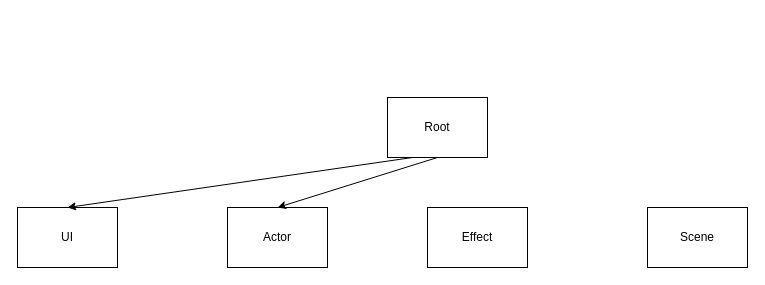
Earlier version of the draw.io diagram bundle.drawio (houxuanfelix/MySelfCode). Source tidied: cells renumbered, new cells numbered last; positions are measured from the earlier drawing's top-left corner, leaving out a move shared by most shapes. Both pictures are drawn from the tidied source at 100%, with x=0, y=0 at pixel (17, 97).
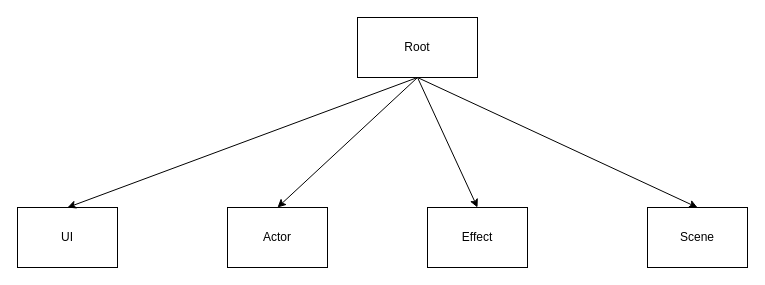
The same page after the edit.

Change to the diagram source:
```diff
@@
 <mxGraphModel>
   <root>
     <mxCell id="0" />
     <mxCell id="1" parent="0" />
     <mxCell id="2" value="UI" style="whiteSpace=wrap;html=1;align=center;verticalAlign=middle;" parent="1" vertex="1">
       <mxGeometry y="110" width="100" height="60" as="geometry" />
     </mxCell>
     <mxCell id="3" value="Effect" style="whiteSpace=wrap;html=1;align=center;verticalAlign=middle;" parent="1" vertex="1">
       <mxGeometry x="410" y="110" width="100" height="60" as="geometry" />
     </mxCell>
     <mxCell id="4" value="Root" style="whiteSpace=wrap;html=1;align=center;verticalAlign=middle;" parent="1" vertex="1">
-      <mxGeometry x="370" width="100" height="60" as="geometry" />
+      <mxGeometry x="340" y="-80" width="120" height="60" as="geometry" />
     </mxCell>
     <mxCell id="5" value="Actor" style="whiteSpace=wrap;html=1;align=center;verticalAlign=middle;" parent="1" vertex="1">
       <mxGeometry x="210" y="110" width="100" height="60" as="geometry" />
     </mxCell>
-    <mxCell id="6" style="endArrow=classic;html=1;exitX=0.25;exitY=1;exitDx=0;exitDy=0;entryX=0.5;entryY=0;entryDx=0;entryDy=0;" parent="1" edge="1" source="4" target="2">
+    <mxCell id="6" style="endArrow=classic;html=1;exitX=0.5;exitY=1;exitDx=0;exitDy=0;entryX=0.5;entryY=0;entryDx=0;entryDy=0;" parent="1" edge="1" source="4" target="2">
       <mxGeometry relative="1" as="geometry" />
     </mxCell>
     <mxCell id="7" style="endArrow=classic;html=1;exitX=0.5;exitY=1;exitDx=0;exitDy=0;entryX=0.5;entryY=0;entryDx=0;entryDy=0;" parent="1" edge="1" source="4" target="5">
       <mxGeometry relative="1" as="geometry" />
     </mxCell>
     <mxCell id="8" value="Scene" style="whiteSpace=wrap;html=1;align=center;verticalAlign=middle;" parent="1" vertex="1">
       <mxGeometry x="630" y="110" width="100" height="60" as="geometry" />
     </mxCell>
+    <mxCell id="9" style="endArrow=classic;html=1;exitX=0.5;exitY=1;exitDx=0;exitDy=0;entryX=0.5;entryY=0;entryDx=0;entryDy=0;" parent="1" edge="1" source="4" target="3">
+      <mxGeometry relative="1" as="geometry" />
+    </mxCell>
+    <mxCell id="10" style="endArrow=classic;html=1;exitX=0.5;exitY=1;exitDx=0;exitDy=0;entryX=0.5;entryY=0;entryDx=0;entryDy=0;" parent="1" edge="1" source="4" target="8">
+      <mxGeometry relative="1" as="geometry" />
+    </mxCell>
   </root>
 </mxGraphModel>
```
